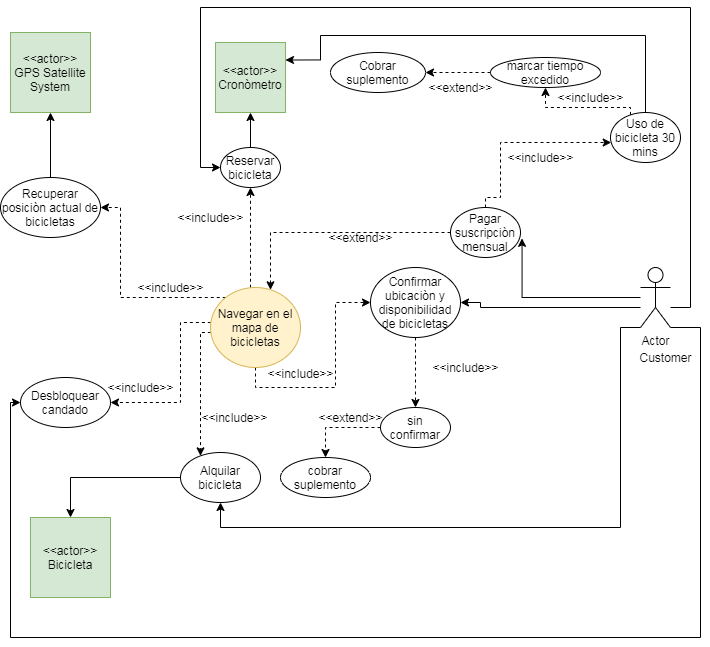
This is Untitled Diagram.png from sharon1160/IS, a draw.io export, as it was before one commit. Source tidied: cells renumbered, new cells last; positions are measured from the earlier drawing's top-left corner, leaving out a move shared by most shapes. The source it was exported from:
```xml
<mxGraphModel>
  <root>
    <mxCell id="0" />
    <mxCell id="1" parent="0" />
    <mxCell id="2" style="rounded=0;jettySize=auto;html=1;entryX=1.022;entryY=0.617;entryDx=0;entryDy=0;entryPerimeter=0;edgeStyle=orthogonalEdgeStyle;" parent="1" edge="1" source="6" target="9">
      <mxGeometry relative="1" as="geometry" />
    </mxCell>
    <mxCell id="3" style="edgeStyle=orthogonalEdgeStyle;rounded=0;jettySize=auto;html=1;exitX=0;exitY=1;exitDx=0;exitDy=0;exitPerimeter=0;" parent="1" edge="1" source="6" target="42">
      <mxGeometry relative="1" as="geometry">
        <Array as="points">
          <mxPoint x="620" y="320" />
          <mxPoint x="620" y="520" />
          <mxPoint x="220" y="520" />
        </Array>
      </mxGeometry>
    </mxCell>
    <mxCell id="4" style="edgeStyle=orthogonalEdgeStyle;rounded=0;jettySize=auto;html=1;exitX=1;exitY=1;exitDx=0;exitDy=0;exitPerimeter=0;" parent="1" edge="1" source="6" target="35">
      <mxGeometry relative="1" as="geometry">
        <Array as="points">
          <mxPoint x="700" y="320" />
          <mxPoint x="700" y="630" />
          <mxPoint x="10" y="630" />
          <mxPoint x="10" y="395" />
        </Array>
      </mxGeometry>
    </mxCell>
    <mxCell id="5" style="edgeStyle=orthogonalEdgeStyle;rounded=0;jettySize=auto;html=1;entryX=0;entryY=0.5;entryDx=0;entryDy=0;" parent="1" edge="1" source="6" target="23">
      <mxGeometry relative="1" as="geometry">
        <Array as="points">
          <mxPoint x="690" y="300" />
          <mxPoint x="690" />
          <mxPoint x="200" />
          <mxPoint x="200" y="160" />
        </Array>
      </mxGeometry>
    </mxCell>
    <mxCell id="6" value="Actor" style="shape=umlActor;verticalLabelPosition=bottom;labelBackgroundColor=#ffffff;verticalAlign=top;html=1;outlineConnect=0;" parent="1" vertex="1">
      <mxGeometry x="640" y="260" width="30" height="60" as="geometry" />
    </mxCell>
    <mxCell id="7" style="edgeStyle=orthogonalEdgeStyle;rounded=0;jettySize=auto;html=1;exitX=0;exitY=0.5;exitDx=0;exitDy=0;dashed=1;" parent="1" edge="1" source="9" target="15">
      <mxGeometry relative="1" as="geometry">
        <Array as="points">
          <mxPoint x="270" y="225" />
        </Array>
      </mxGeometry>
    </mxCell>
    <mxCell id="8" style="edgeStyle=orthogonalEdgeStyle;rounded=0;jettySize=auto;html=1;dashed=1;" parent="1" edge="1" source="9" target="26">
      <mxGeometry relative="1" as="geometry">
        <Array as="points">
          <mxPoint x="485" y="190" />
          <mxPoint x="500" y="190" />
          <mxPoint x="500" y="135" />
        </Array>
      </mxGeometry>
    </mxCell>
    <mxCell id="9" value="Pagar suscripciòn mensual" style="ellipse;whiteSpace=wrap;html=1;" parent="1" vertex="1">
      <mxGeometry x="450" y="200" width="70" height="50" as="geometry" />
    </mxCell>
    <mxCell id="10" style="edgeStyle=orthogonalEdgeStyle;rounded=0;jettySize=auto;html=1;exitX=0.5;exitY=1;exitDx=0;exitDy=0;dashed=1;entryX=0;entryY=0.5;entryDx=0;entryDy=0;" parent="1" edge="1" source="15" target="20">
      <mxGeometry relative="1" as="geometry" />
    </mxCell>
    <mxCell id="11" style="edgeStyle=orthogonalEdgeStyle;rounded=0;jettySize=auto;html=1;entryX=0.5;entryY=1;entryDx=0;entryDy=0;dashed=1;" parent="1" edge="1" source="15" target="23">
      <mxGeometry relative="1" as="geometry">
        <Array as="points">
          <mxPoint x="250" y="260" />
          <mxPoint x="250" y="260" />
        </Array>
      </mxGeometry>
    </mxCell>
    <mxCell id="12" style="edgeStyle=orthogonalEdgeStyle;rounded=0;jettySize=auto;html=1;dashed=1;" parent="1" edge="1" source="15" target="35">
      <mxGeometry relative="1" as="geometry">
        <Array as="points">
          <mxPoint x="180" y="315" />
        </Array>
      </mxGeometry>
    </mxCell>
    <mxCell id="13" style="edgeStyle=orthogonalEdgeStyle;rounded=0;jettySize=auto;html=1;dashed=1;" parent="1" edge="1" source="15" target="38">
      <mxGeometry relative="1" as="geometry">
        <Array as="points">
          <mxPoint x="120" y="290" />
        </Array>
      </mxGeometry>
    </mxCell>
    <mxCell id="14" style="edgeStyle=orthogonalEdgeStyle;rounded=0;jettySize=auto;html=1;dashed=1;" parent="1" edge="1" source="15" target="42">
      <mxGeometry relative="1" as="geometry">
        <Array as="points">
          <mxPoint x="200" y="325" />
        </Array>
      </mxGeometry>
    </mxCell>
    <mxCell id="15" value="Navegar en el mapa de bicicletas" style="ellipse;whiteSpace=wrap;html=1;fillColor=#fff2cc;strokeColor=#d6b656;" parent="1" vertex="1">
      <mxGeometry x="210" y="280" width="90" height="80" as="geometry" />
    </mxCell>
    <mxCell id="16" value="&amp;lt;&amp;lt;extend&amp;gt;&amp;gt;" style="text;html=1;align=center;verticalAlign=middle;" parent="1" vertex="1">
      <mxGeometry x="320" y="220" width="80" height="20" as="geometry" />
    </mxCell>
    <mxCell id="17" style="edgeStyle=orthogonalEdgeStyle;rounded=0;jettySize=auto;html=1;entryX=1;entryY=0.5;entryDx=0;entryDy=0;" parent="1" edge="1" source="6" target="20">
      <mxGeometry relative="1" as="geometry">
        <Array as="points">
          <mxPoint x="480" y="300" />
          <mxPoint x="480" y="295" />
        </Array>
      </mxGeometry>
    </mxCell>
    <mxCell id="18" value="Customer" style="text;html=1;align=center;verticalAlign=middle;" parent="1" vertex="1">
      <mxGeometry x="630" y="340" width="70" height="20" as="geometry" />
    </mxCell>
    <mxCell id="19" style="edgeStyle=orthogonalEdgeStyle;rounded=0;jettySize=auto;html=1;entryX=0.5;entryY=0;entryDx=0;entryDy=0;dashed=1;" parent="1" edge="1" source="20" target="46">
      <mxGeometry relative="1" as="geometry">
        <Array as="points">
          <mxPoint x="415" y="380" />
          <mxPoint x="415" y="380" />
        </Array>
      </mxGeometry>
    </mxCell>
    <mxCell id="20" value="Confirmar ubicaciòn y disponibilidad de bicicletas" style="ellipse;whiteSpace=wrap;html=1;" parent="1" vertex="1">
      <mxGeometry x="370" y="260" width="90" height="70" as="geometry" />
    </mxCell>
    <mxCell id="21" value="&amp;lt;&amp;lt;include&amp;gt;&amp;gt;" style="text;html=1;align=center;verticalAlign=middle;" parent="1" vertex="1">
      <mxGeometry x="260" y="356" width="80" height="20" as="geometry" />
    </mxCell>
    <mxCell id="22" style="edgeStyle=orthogonalEdgeStyle;rounded=0;jettySize=auto;html=1;" parent="1" edge="1" source="23" target="31">
      <mxGeometry relative="1" as="geometry" />
    </mxCell>
    <mxCell id="23" value="Reservar bicicleta" style="ellipse;whiteSpace=wrap;html=1;" parent="1" vertex="1">
      <mxGeometry x="220" y="140" width="60" height="40" as="geometry" />
    </mxCell>
    <mxCell id="24" value="&amp;lt;&amp;lt;include&amp;gt;&amp;gt;" style="text;html=1;align=center;verticalAlign=middle;" parent="1" vertex="1">
      <mxGeometry x="170" y="200" width="80" height="20" as="geometry" />
    </mxCell>
    <mxCell id="25" style="edgeStyle=orthogonalEdgeStyle;rounded=0;jettySize=auto;html=1;entryX=0.5;entryY=1;entryDx=0;entryDy=0;dashed=1;" parent="1" edge="1" source="26" target="30">
      <mxGeometry relative="1" as="geometry">
        <Array as="points">
          <mxPoint x="630" y="100" />
          <mxPoint x="545" y="100" />
        </Array>
      </mxGeometry>
    </mxCell>
    <mxCell id="26" value="Uso de bicicleta 30 mins" style="ellipse;whiteSpace=wrap;html=1;" parent="1" vertex="1">
      <mxGeometry x="610" y="105" width="70" height="50" as="geometry" />
    </mxCell>
    <mxCell id="27" value="&amp;lt;&amp;lt;include&amp;gt;&amp;gt;" style="text;html=1;align=center;verticalAlign=middle;" parent="1" vertex="1">
      <mxGeometry x="500" y="140" width="80" height="20" as="geometry" />
    </mxCell>
    <mxCell id="28" style="edgeStyle=orthogonalEdgeStyle;rounded=0;jettySize=auto;html=1;entryX=1;entryY=0.25;entryDx=0;entryDy=0;" parent="1" edge="1" source="26" target="31">
      <mxGeometry relative="1" as="geometry">
        <Array as="points">
          <mxPoint x="645" y="28" />
          <mxPoint x="320" y="28" />
          <mxPoint x="320" y="53" />
        </Array>
      </mxGeometry>
    </mxCell>
    <mxCell id="29" style="edgeStyle=orthogonalEdgeStyle;rounded=0;jettySize=auto;html=1;dashed=1;" parent="1" edge="1" source="30" target="32">
      <mxGeometry relative="1" as="geometry" />
    </mxCell>
    <mxCell id="30" value="marcar tiempo excedido" style="ellipse;whiteSpace=wrap;html=1;" parent="1" vertex="1">
      <mxGeometry x="490" y="50" width="110" height="30" as="geometry" />
    </mxCell>
    <mxCell id="31" value="&amp;lt;&amp;lt;actor&amp;gt;&amp;gt;&lt;br&gt;Cronòmetro" style="whiteSpace=wrap;html=1;fillColor=#d5e8d4;strokeColor=#82b366;" parent="1" vertex="1">
      <mxGeometry x="215" y="35" width="70" height="70" as="geometry" />
    </mxCell>
    <mxCell id="32" value="Cobrar suplemento" style="ellipse;whiteSpace=wrap;html=1;" parent="1" vertex="1">
      <mxGeometry x="330" y="45" width="95" height="40" as="geometry" />
    </mxCell>
    <mxCell id="33" value="&amp;lt;&amp;lt;extend&amp;gt;&amp;gt;" style="text;html=1;align=center;verticalAlign=middle;" parent="1" vertex="1">
      <mxGeometry x="420" y="70" width="80" height="20" as="geometry" />
    </mxCell>
    <mxCell id="34" value="&amp;lt;&amp;lt;include&amp;gt;&amp;gt;" style="text;html=1;align=center;verticalAlign=middle;" parent="1" vertex="1">
      <mxGeometry x="550" y="80" width="80" height="20" as="geometry" />
    </mxCell>
    <mxCell id="35" value="Desbloquear&lt;br&gt;candado" style="ellipse;whiteSpace=wrap;html=1;" parent="1" vertex="1">
      <mxGeometry x="20" y="370" width="90" height="50" as="geometry" />
    </mxCell>
    <mxCell id="36" value="&amp;lt;&amp;lt;include&amp;gt;&amp;gt;" style="text;html=1;align=center;verticalAlign=middle;" parent="1" vertex="1">
      <mxGeometry x="100" y="370" width="80" height="20" as="geometry" />
    </mxCell>
    <mxCell id="37" style="edgeStyle=orthogonalEdgeStyle;rounded=0;jettySize=auto;html=1;entryX=0.5;entryY=1;entryDx=0;entryDy=0;" parent="1" edge="1" source="38" target="40">
      <mxGeometry relative="1" as="geometry" />
    </mxCell>
    <mxCell id="38" value="Recuperar posiciòn actual de bicicletas" style="ellipse;whiteSpace=wrap;html=1;" parent="1" vertex="1">
      <mxGeometry y="170" width="100" height="60" as="geometry" />
    </mxCell>
    <mxCell id="39" value="&amp;lt;&amp;lt;include&amp;gt;&amp;gt;" style="text;html=1;align=center;verticalAlign=middle;" parent="1" vertex="1">
      <mxGeometry x="130" y="270" width="80" height="20" as="geometry" />
    </mxCell>
    <mxCell id="40" value="&amp;lt;&amp;lt;actor&amp;gt;&amp;gt;&lt;br&gt;GPS Satellite&lt;br&gt;System" style="whiteSpace=wrap;html=1;fillColor=#d5e8d4;strokeColor=#82b366;" parent="1" vertex="1">
      <mxGeometry x="10" y="25" width="80" height="80" as="geometry" />
    </mxCell>
    <mxCell id="41" style="edgeStyle=orthogonalEdgeStyle;rounded=0;jettySize=auto;html=1;" parent="1" edge="1" source="42" target="44">
      <mxGeometry relative="1" as="geometry" />
    </mxCell>
    <mxCell id="42" value="Alquilar bicicleta" style="ellipse;whiteSpace=wrap;html=1;" parent="1" vertex="1">
      <mxGeometry x="180" y="445" width="80" height="50" as="geometry" />
    </mxCell>
    <mxCell id="43" value="&amp;lt;&amp;lt;include&amp;gt;&amp;gt;" style="text;html=1;align=center;verticalAlign=middle;" parent="1" vertex="1">
      <mxGeometry x="194" y="400" width="80" height="20" as="geometry" />
    </mxCell>
    <mxCell id="44" value="&amp;lt;&amp;lt;actor&amp;gt;&amp;gt;&lt;br&gt;Bicicleta" style="whiteSpace=wrap;html=1;fillColor=#d5e8d4;strokeColor=#82b366;" parent="1" vertex="1">
      <mxGeometry x="30" y="510" width="80" height="80" as="geometry" />
    </mxCell>
    <mxCell id="45" style="edgeStyle=orthogonalEdgeStyle;rounded=0;jettySize=auto;html=1;dashed=1;" parent="1" edge="1" source="46" target="47">
      <mxGeometry relative="1" as="geometry" />
    </mxCell>
    <mxCell id="46" value="sin confirmar" style="ellipse;whiteSpace=wrap;html=1;" parent="1" vertex="1">
      <mxGeometry x="380" y="400" width="70" height="40" as="geometry" />
    </mxCell>
    <mxCell id="47" value="cobrar suplemento" style="ellipse;whiteSpace=wrap;html=1;" parent="1" vertex="1">
      <mxGeometry x="280" y="450" width="90" height="40" as="geometry" />
    </mxCell>
    <mxCell id="48" value="&amp;lt;&amp;lt;extend&amp;gt;&amp;gt;" style="text;html=1;align=center;verticalAlign=middle;" parent="1" vertex="1">
      <mxGeometry x="310" y="400" width="80" height="20" as="geometry" />
    </mxCell>
    <mxCell id="49" value="&amp;lt;&amp;lt;include&amp;gt;&amp;gt;" style="text;html=1;align=center;verticalAlign=middle;" parent="1" vertex="1">
      <mxGeometry x="425" y="350" width="80" height="20" as="geometry" />
    </mxCell>
  </root>
</mxGraphModel>
```
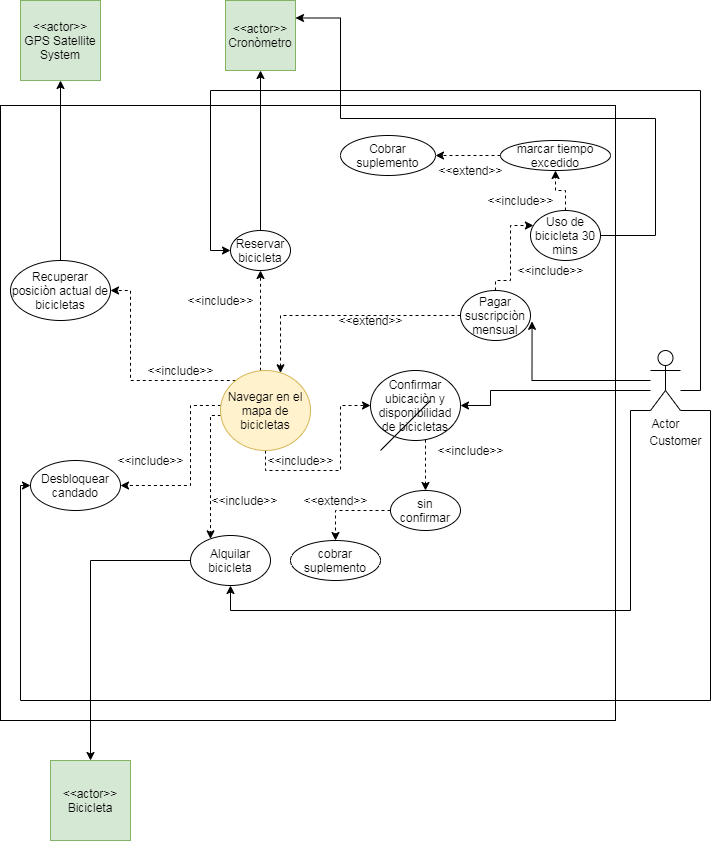
After the commit.

The edit, as a diff of the source:
```diff
@@ -2,6 +2,9 @@
   <root>
     <mxCell id="0" />
     <mxCell id="1" parent="0" />
+    <mxCell id="50" style="whiteSpace=wrap;html=1;" parent="1" vertex="1">
+      <mxGeometry x="-10" y="15" width="615" height="615" as="geometry" />
+    </mxCell>
     <mxCell id="2" style="rounded=0;jettySize=auto;html=1;entryX=1.022;entryY=0.617;entryDx=0;entryDy=0;entryPerimeter=0;edgeStyle=orthogonalEdgeStyle;" parent="1" edge="1" source="6" target="9">
       <mxGeometry relative="1" as="geometry" />
     </mxCell>
@@ -18,8 +21,8 @@
       <mxGeometry relative="1" as="geometry">
         <Array as="points">
           <mxPoint x="700" y="320" />
-          <mxPoint x="700" y="630" />
-          <mxPoint x="10" y="630" />
+          <mxPoint x="700" y="610" />
+          <mxPoint x="10" y="610" />
           <mxPoint x="10" y="395" />
         </Array>
       </mxGeometry>
@@ -98,7 +101,7 @@
       <mxGeometry relative="1" as="geometry">
         <Array as="points">
           <mxPoint x="480" y="300" />
-          <mxPoint x="480" y="295" />
+          <mxPoint x="480" y="315" />
         </Array>
       </mxGeometry>
     </mxCell>
@@ -114,10 +117,10 @@
       </mxGeometry>
     </mxCell>
     <mxCell id="20" value="Confirmar ubicaciòn y disponibilidad de bicicletas" style="ellipse;whiteSpace=wrap;html=1;" parent="1" vertex="1">
-      <mxGeometry x="370" y="260" width="90" height="70" as="geometry" />
+      <mxGeometry x="360" y="280" width="90" height="70" as="geometry" />
     </mxCell>
     <mxCell id="21" value="&amp;lt;&amp;lt;include&amp;gt;&amp;gt;" style="text;html=1;align=center;verticalAlign=middle;" parent="1" vertex="1">
-      <mxGeometry x="260" y="356" width="80" height="20" as="geometry" />
+      <mxGeometry x="250" y="360" width="80" height="20" as="geometry" />
     </mxCell>
     <mxCell id="22" style="edgeStyle=orthogonalEdgeStyle;rounded=0;jettySize=auto;html=1;" parent="1" edge="1" source="23" target="31">
       <mxGeometry relative="1" as="geometry" />
@@ -131,23 +134,23 @@
     <mxCell id="25" style="edgeStyle=orthogonalEdgeStyle;rounded=0;jettySize=auto;html=1;entryX=0.5;entryY=1;entryDx=0;entryDy=0;dashed=1;" parent="1" edge="1" source="26" target="30">
       <mxGeometry relative="1" as="geometry">
         <Array as="points">
-          <mxPoint x="630" y="100" />
+          <mxPoint x="555" y="100" />
           <mxPoint x="545" y="100" />
         </Array>
       </mxGeometry>
     </mxCell>
     <mxCell id="26" value="Uso de bicicleta 30 mins" style="ellipse;whiteSpace=wrap;html=1;" parent="1" vertex="1">
-      <mxGeometry x="610" y="105" width="70" height="50" as="geometry" />
+      <mxGeometry x="520" y="120" width="70" height="50" as="geometry" />
     </mxCell>
     <mxCell id="27" value="&amp;lt;&amp;lt;include&amp;gt;&amp;gt;" style="text;html=1;align=center;verticalAlign=middle;" parent="1" vertex="1">
-      <mxGeometry x="500" y="140" width="80" height="20" as="geometry" />
+      <mxGeometry x="500" y="170" width="80" height="20" as="geometry" />
     </mxCell>
     <mxCell id="28" style="edgeStyle=orthogonalEdgeStyle;rounded=0;jettySize=auto;html=1;entryX=1;entryY=0.25;entryDx=0;entryDy=0;" parent="1" edge="1" source="26" target="31">
       <mxGeometry relative="1" as="geometry">
         <Array as="points">
           <mxPoint x="645" y="28" />
-          <mxPoint x="320" y="28" />
-          <mxPoint x="320" y="53" />
+          <mxPoint x="330" y="28" />
+          <mxPoint x="330" y="-72" />
         </Array>
       </mxGeometry>
     </mxCell>
@@ -158,7 +161,7 @@
       <mxGeometry x="490" y="50" width="110" height="30" as="geometry" />
     </mxCell>
     <mxCell id="31" value="&amp;lt;&amp;lt;actor&amp;gt;&amp;gt;&lt;br&gt;Cronòmetro" style="whiteSpace=wrap;html=1;fillColor=#d5e8d4;strokeColor=#82b366;" parent="1" vertex="1">
-      <mxGeometry x="215" y="35" width="70" height="70" as="geometry" />
+      <mxGeometry x="215" y="-90" width="70" height="70" as="geometry" />
     </mxCell>
     <mxCell id="32" value="Cobrar suplemento" style="ellipse;whiteSpace=wrap;html=1;" parent="1" vertex="1">
       <mxGeometry x="330" y="45" width="95" height="40" as="geometry" />
@@ -167,13 +170,13 @@
       <mxGeometry x="420" y="70" width="80" height="20" as="geometry" />
     </mxCell>
     <mxCell id="34" value="&amp;lt;&amp;lt;include&amp;gt;&amp;gt;" style="text;html=1;align=center;verticalAlign=middle;" parent="1" vertex="1">
-      <mxGeometry x="550" y="80" width="80" height="20" as="geometry" />
+      <mxGeometry x="470" y="100" width="80" height="20" as="geometry" />
     </mxCell>
     <mxCell id="35" value="Desbloquear&lt;br&gt;candado" style="ellipse;whiteSpace=wrap;html=1;" parent="1" vertex="1">
       <mxGeometry x="20" y="370" width="90" height="50" as="geometry" />
     </mxCell>
     <mxCell id="36" value="&amp;lt;&amp;lt;include&amp;gt;&amp;gt;" style="text;html=1;align=center;verticalAlign=middle;" parent="1" vertex="1">
-      <mxGeometry x="100" y="370" width="80" height="20" as="geometry" />
+      <mxGeometry x="100" y="360" width="80" height="20" as="geometry" />
     </mxCell>
     <mxCell id="37" style="edgeStyle=orthogonalEdgeStyle;rounded=0;jettySize=auto;html=1;entryX=0.5;entryY=1;entryDx=0;entryDy=0;" parent="1" edge="1" source="38" target="40">
       <mxGeometry relative="1" as="geometry" />
@@ -185,7 +188,7 @@
       <mxGeometry x="130" y="270" width="80" height="20" as="geometry" />
     </mxCell>
     <mxCell id="40" value="&amp;lt;&amp;lt;actor&amp;gt;&amp;gt;&lt;br&gt;GPS Satellite&lt;br&gt;System" style="whiteSpace=wrap;html=1;fillColor=#d5e8d4;strokeColor=#82b366;" parent="1" vertex="1">
-      <mxGeometry x="10" y="25" width="80" height="80" as="geometry" />
+      <mxGeometry x="10" y="-90" width="80" height="80" as="geometry" />
     </mxCell>
     <mxCell id="41" style="edgeStyle=orthogonalEdgeStyle;rounded=0;jettySize=auto;html=1;" parent="1" edge="1" source="42" target="44">
       <mxGeometry relative="1" as="geometry" />
@@ -197,7 +200,7 @@
       <mxGeometry x="194" y="400" width="80" height="20" as="geometry" />
     </mxCell>
     <mxCell id="44" value="&amp;lt;&amp;lt;actor&amp;gt;&amp;gt;&lt;br&gt;Bicicleta" style="whiteSpace=wrap;html=1;fillColor=#d5e8d4;strokeColor=#82b366;" parent="1" vertex="1">
-      <mxGeometry x="30" y="510" width="80" height="80" as="geometry" />
+      <mxGeometry x="40" y="670" width="80" height="80" as="geometry" />
     </mxCell>
     <mxCell id="45" style="edgeStyle=orthogonalEdgeStyle;rounded=0;jettySize=auto;html=1;dashed=1;" parent="1" edge="1" source="46" target="47">
       <mxGeometry relative="1" as="geometry" />
@@ -205,14 +208,20 @@
     <mxCell id="46" value="sin confirmar" style="ellipse;whiteSpace=wrap;html=1;" parent="1" vertex="1">
       <mxGeometry x="380" y="400" width="70" height="40" as="geometry" />
     </mxCell>
+    <mxCell id="49" value="&amp;lt;&amp;lt;include&amp;gt;&amp;gt;" style="text;html=1;align=center;verticalAlign=middle;" parent="1" vertex="1">
+      <mxGeometry x="420" y="350" width="80" height="20" as="geometry" />
+    </mxCell>
     <mxCell id="47" value="cobrar suplemento" style="ellipse;whiteSpace=wrap;html=1;" parent="1" vertex="1">
       <mxGeometry x="280" y="450" width="90" height="40" as="geometry" />
     </mxCell>
     <mxCell id="48" value="&amp;lt;&amp;lt;extend&amp;gt;&amp;gt;" style="text;html=1;align=center;verticalAlign=middle;" parent="1" vertex="1">
-      <mxGeometry x="310" y="400" width="80" height="20" as="geometry" />
+      <mxGeometry x="285" y="400" width="80" height="20" as="geometry" />
     </mxCell>
-    <mxCell id="49" value="&amp;lt;&amp;lt;include&amp;gt;&amp;gt;" style="text;html=1;align=center;verticalAlign=middle;" parent="1" vertex="1">
-      <mxGeometry x="425" y="350" width="80" height="20" as="geometry" />
-    </mxCell>
+    <mxCell id="51" style="endArrow=none;html=1;" parent="1" edge="1">
+      <mxGeometry relative="1" as="geometry">
+        <mxPoint x="370" y="360" as="sourcePoint" />
+        <mxPoint x="420" y="310" as="targetPoint" />
+      </mxGeometry>
+    </mxCell>
   </root>
 </mxGraphModel>
```
